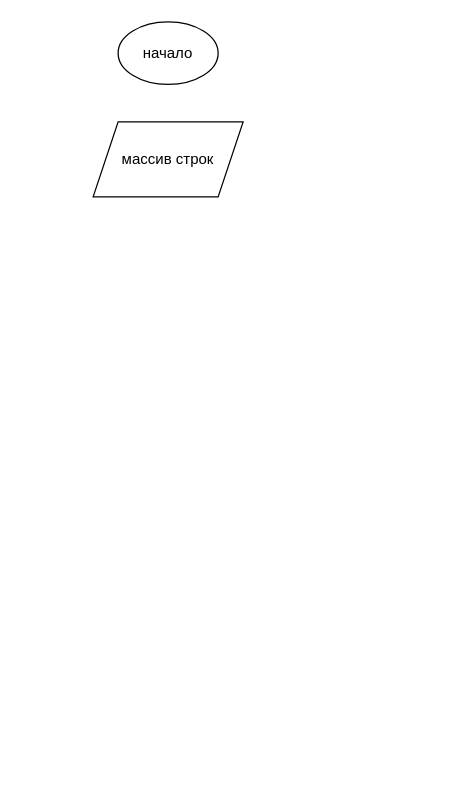
This is finalTask.drawio from SeriousDim333/FinalTask, a draw.io file, before an edit. Source tidied: cells renumbered, new cells numbered last; positions are measured from the earlier drawing's top-left corner, leaving out a move shared by most shapes. Both pictures are drawn from the tidied source at 125%, with x=0, y=0 at pixel (92, 21).
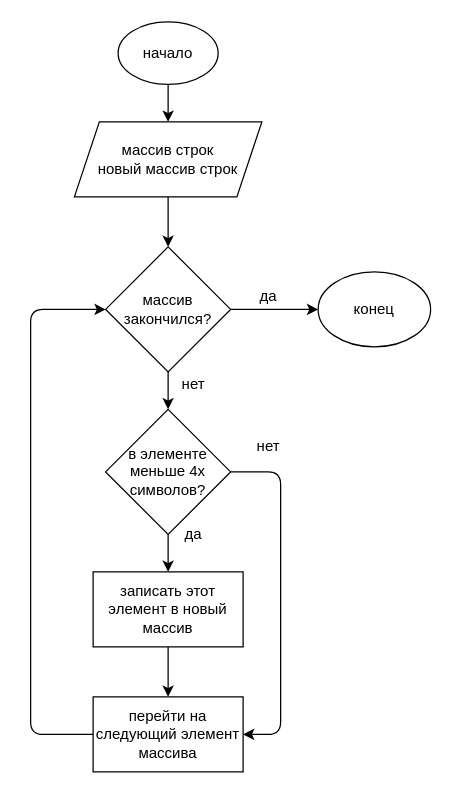
Above is the later version.

Commit message (it also covers changes not shown here):
исправил несколько ошибок в readme и блок схеме

The change refers to these unchanged cells:
```xml
<mxCell id="2" value="начало" style="ellipse;whiteSpace=wrap;html=1;" parent="1" vertex="1">
  <mxGeometry x="20" width="80" height="50" as="geometry" />
</mxCell>
```

The edit, as a diff of the source:
```diff
@@
+    <mxCell id="4" style="edgeStyle=none;html=1;" parent="1" edge="1" source="2" target="3">
+      <mxGeometry relative="1" as="geometry" />
+    </mxCell>
@@
+    <mxCell id="5" style="edgeStyle=none;html=1;" parent="1" edge="1" source="3" target="8">
+      <mxGeometry relative="1" as="geometry" />
+    </mxCell>
-    <mxCell id="3" value="массив строк" style="shape=parallelogram;perimeter=parallelogramPerimeter;whiteSpace=wrap;html=1;fixedSize=1;" parent="1" vertex="1">
-      <mxGeometry y="80" width="120" height="60" as="geometry" />
+    <mxCell id="3" value="массив строк&lt;br&gt;новый массив строк" style="shape=parallelogram;perimeter=parallelogramPerimeter;whiteSpace=wrap;html=1;fixedSize=1;" parent="1" vertex="1">
+      <mxGeometry x="-15" y="80" width="150" height="60" as="geometry" />
     </mxCell>
+    <mxCell id="6" style="edgeStyle=none;html=1;" parent="1" edge="1" source="8" target="13">
+      <mxGeometry relative="1" as="geometry" />
+    </mxCell>
+    <mxCell id="7" style="edgeStyle=none;html=1;" parent="1" edge="1" source="8" target="18">
+      <mxGeometry relative="1" as="geometry" />
+    </mxCell>
+    <mxCell id="8" value="массив закончился?" style="rhombus;whiteSpace=wrap;html=1;" parent="1" vertex="1">
+      <mxGeometry x="10" y="180" width="100" height="100" as="geometry" />
+    </mxCell>
+    <mxCell id="9" style="edgeStyle=none;html=1;" parent="1" edge="1" source="10" target="15">
+      <mxGeometry relative="1" as="geometry" />
+    </mxCell>
+    <mxCell id="10" value="записать этот элемент в новый массив" style="rounded=0;whiteSpace=wrap;html=1;" parent="1" vertex="1">
+      <mxGeometry y="440" width="120" height="60" as="geometry" />
+    </mxCell>
+    <mxCell id="11" style="edgeStyle=none;html=1;" parent="1" edge="1" source="13" target="10">
+      <mxGeometry relative="1" as="geometry" />
+    </mxCell>
+    <mxCell id="12" style="edgeStyle=none;html=1;exitX=1;exitY=0.5;exitDx=0;exitDy=0;entryX=1;entryY=0.5;entryDx=0;entryDy=0;" parent="1" edge="1" source="13" target="15">
+      <mxGeometry relative="1" as="geometry">
+        <Array as="points">
+          <mxPoint x="150" y="360" />
+          <mxPoint x="150" y="570" />
+        </Array>
+      </mxGeometry>
+    </mxCell>
+    <mxCell id="13" value="в элементе меньше 4х символов?" style="rhombus;whiteSpace=wrap;html=1;" parent="1" vertex="1">
+      <mxGeometry x="10" y="310" width="100" height="100" as="geometry" />
+    </mxCell>
+    <mxCell id="14" style="edgeStyle=none;html=1;entryX=0;entryY=0.5;entryDx=0;entryDy=0;" parent="1" edge="1" source="15" target="8">
+      <mxGeometry relative="1" as="geometry">
+        <Array as="points">
+          <mxPoint x="-50" y="570" />
+          <mxPoint x="-50" y="230" />
+        </Array>
+      </mxGeometry>
+    </mxCell>
+    <mxCell id="15" value="перейти на следующий элемент массива" style="rounded=0;whiteSpace=wrap;html=1;" parent="1" vertex="1">
+      <mxGeometry y="540" width="120" height="60" as="geometry" />
+    </mxCell>
+    <mxCell id="16" value="нет" style="text;html=1;align=center;verticalAlign=middle;strokeColor=none;fillColor=none;" parent="1" vertex="1">
+      <mxGeometry x="60" y="275" width="40" height="30" as="geometry" />
+    </mxCell>
+    <mxCell id="17" value="да" style="text;html=1;align=center;verticalAlign=middle;strokeColor=none;fillColor=none;" parent="1" vertex="1">
+      <mxGeometry x="60" y="395" width="40" height="30" as="geometry" />
+    </mxCell>
+    <mxCell id="18" value="конец" style="ellipse;whiteSpace=wrap;html=1;" parent="1" vertex="1">
+      <mxGeometry x="180" y="200" width="90" height="60" as="geometry" />
+    </mxCell>
+    <mxCell id="19" value="да" style="text;html=1;align=center;verticalAlign=middle;strokeColor=none;fillColor=none;" parent="1" vertex="1">
+      <mxGeometry x="120" y="205" width="40" height="30" as="geometry" />
+    </mxCell>
+    <mxCell id="20" value="нет" style="text;html=1;align=center;verticalAlign=middle;strokeColor=none;fillColor=none;" parent="1" vertex="1">
+      <mxGeometry x="120" y="325" width="40" height="30" as="geometry" />
+    </mxCell>
```
